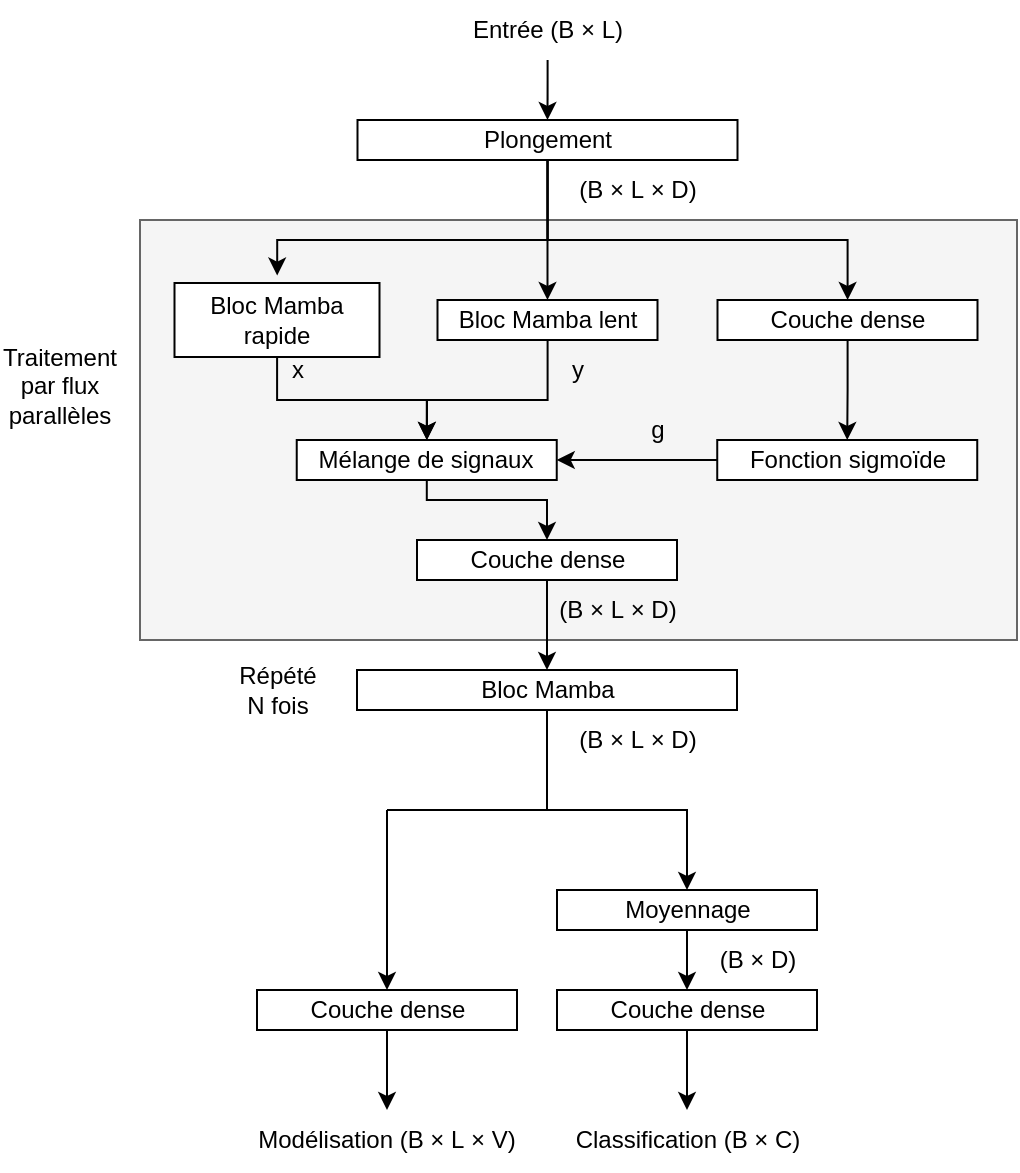
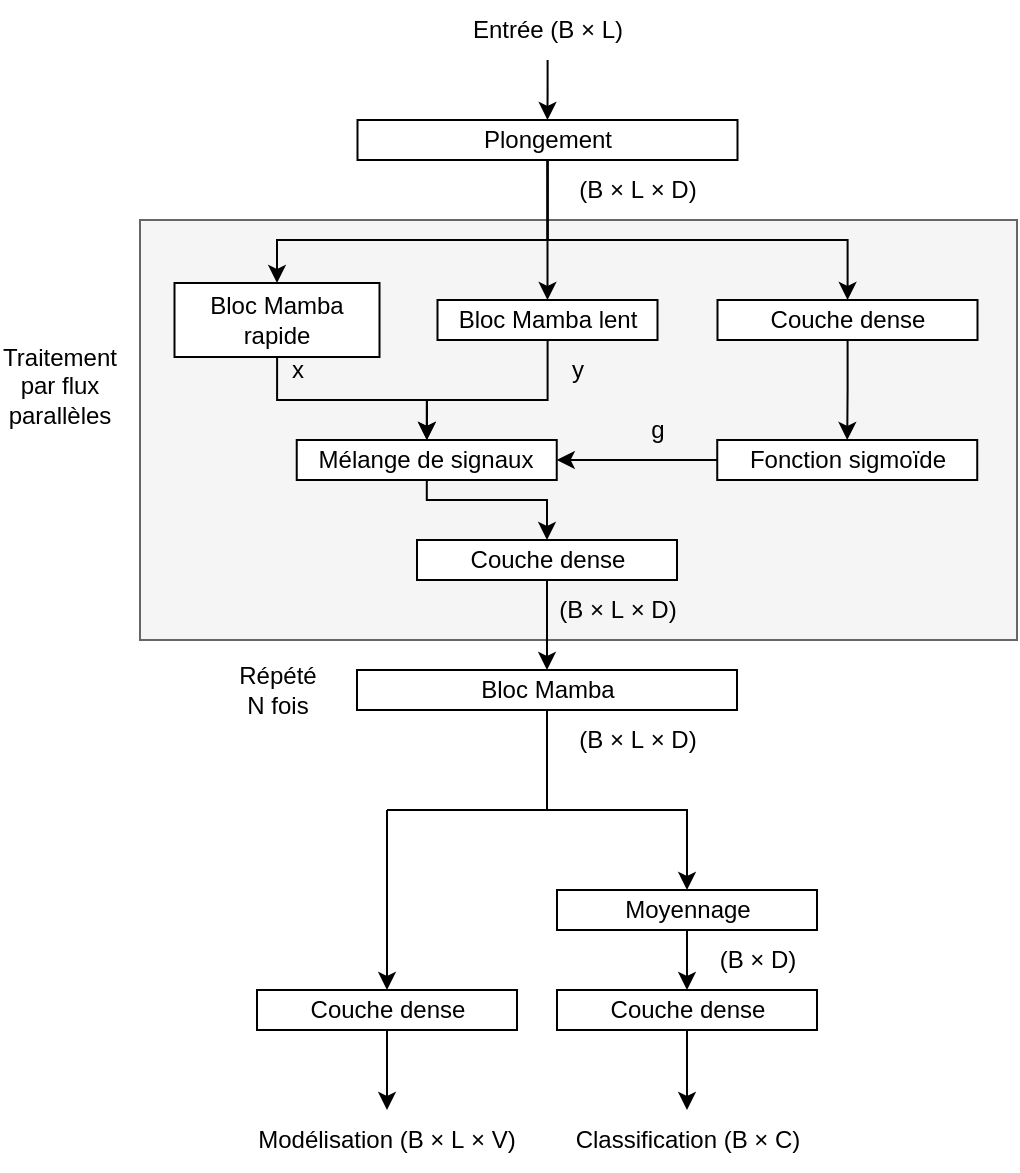
<mxfile host="Electron" agent="Mozilla/5.0 (Windows NT 10.0; Win64; x64; rv:147.0) Gecko/20100101 Firefox/147.0">
  <diagram name="Page-1" id="rNoZaM8JUMbCQ-Q9ZyUs">
    <mxGraphModel dx="1030" dy="626" grid="1" gridSize="10" guides="1" tooltips="1" connect="1" arrows="1" fold="1" page="1" pageScale="1" pageWidth="600" pageHeight="600" math="0" shadow="0">
      <root>
        <mxCell id="0" />
        <mxCell id="1" parent="0" />
        <mxCell id="n1XjDzg_3K_Z_bN2cZZr-111" parent="1" style="rounded=0;whiteSpace=wrap;html=1;fillColor=#f5f5f5;fontColor=#333333;strokeColor=#666666;" value="" vertex="1">
          <mxGeometry height="210" width="438.5" x="90" y="117" as="geometry" />
        </mxCell>
        <mxCell id="n1XjDzg_3K_Z_bN2cZZr-48" edge="1" parent="1" source="n1XjDzg_3K_Z_bN2cZZr-49" style="edgeStyle=orthogonalEdgeStyle;rounded=0;orthogonalLoop=1;jettySize=auto;html=1;entryX=0.5;entryY=0;entryDx=0;entryDy=0;" target="n1XjDzg_3K_Z_bN2cZZr-51">
          <mxGeometry relative="1" as="geometry" />
        </mxCell>
        <mxCell id="n1XjDzg_3K_Z_bN2cZZr-49" parent="1" style="text;html=1;whiteSpace=wrap;strokeColor=none;fillColor=none;align=center;verticalAlign=middle;rounded=0;" value="&lt;div&gt;Entrée (B × L)&lt;/div&gt;" vertex="1">
          <mxGeometry height="30" width="110" x="238.75" y="7.000012207031261" as="geometry" />
        </mxCell>
        <mxCell id="n1XjDzg_3K_Z_bN2cZZr-51" parent="1" style="rounded=0;whiteSpace=wrap;html=1;" value="Plongement" vertex="1">
          <mxGeometry height="20" width="190" x="198.75" y="67.00001220703126" as="geometry" />
        </mxCell>
        <mxCell id="n1XjDzg_3K_Z_bN2cZZr-52" edge="1" parent="1" source="n1XjDzg_3K_Z_bN2cZZr-53" style="edgeStyle=orthogonalEdgeStyle;rounded=0;orthogonalLoop=1;jettySize=auto;html=1;entryX=0.5;entryY=0;entryDx=0;entryDy=0;" target="n1XjDzg_3K_Z_bN2cZZr-84">
          <mxGeometry relative="1" as="geometry">
            <Array as="points">
              <mxPoint x="293.5" y="412" />
              <mxPoint x="363.5" y="412" />
            </Array>
          </mxGeometry>
        </mxCell>
        <mxCell id="n1XjDzg_3K_Z_bN2cZZr-53" parent="1" style="rounded=0;whiteSpace=wrap;html=1;" value="Bloc Mamba" vertex="1">
          <mxGeometry height="20" width="190" x="198.5" y="342.00001220703126" as="geometry" />
        </mxCell>
        <mxCell id="n1XjDzg_3K_Z_bN2cZZr-54" parent="1" style="text;html=1;whiteSpace=wrap;strokeColor=none;fillColor=none;align=center;verticalAlign=middle;rounded=0;" value="(B&amp;nbsp;× L&amp;nbsp;× D)" vertex="1">
          <mxGeometry height="30" width="80" x="298.75" y="87.00001220703126" as="geometry" />
        </mxCell>
        <mxCell id="n1XjDzg_3K_Z_bN2cZZr-55" parent="1" style="text;html=1;whiteSpace=wrap;strokeColor=none;fillColor=none;align=center;verticalAlign=middle;rounded=0;" value="(B&amp;nbsp;× L&amp;nbsp;× D)" vertex="1">
          <mxGeometry height="30" width="80" x="298.5" y="362.00001220703126" as="geometry" />
        </mxCell>
        <mxCell id="n1XjDzg_3K_Z_bN2cZZr-82" parent="1" style="text;html=1;whiteSpace=wrap;strokeColor=none;fillColor=none;align=center;verticalAlign=middle;rounded=0;" value="Classification (B × C)" vertex="1">
          <mxGeometry height="30" width="130" x="298.5" y="562.0000122070312" as="geometry" />
        </mxCell>
        <mxCell id="n1XjDzg_3K_Z_bN2cZZr-83" edge="1" parent="1" source="n1XjDzg_3K_Z_bN2cZZr-84" style="edgeStyle=orthogonalEdgeStyle;rounded=0;orthogonalLoop=1;jettySize=auto;html=1;entryX=0.5;entryY=0;entryDx=0;entryDy=0;" target="n1XjDzg_3K_Z_bN2cZZr-86">
          <mxGeometry relative="1" as="geometry" />
        </mxCell>
        <mxCell id="n1XjDzg_3K_Z_bN2cZZr-84" parent="1" style="rounded=0;whiteSpace=wrap;html=1;" value="&lt;div&gt;Moyennage&lt;/div&gt;" vertex="1">
          <mxGeometry height="20" width="130" x="298.5" y="452.00001220703126" as="geometry" />
        </mxCell>
        <mxCell id="n1XjDzg_3K_Z_bN2cZZr-85" edge="1" parent="1" source="n1XjDzg_3K_Z_bN2cZZr-86" style="edgeStyle=orthogonalEdgeStyle;rounded=0;orthogonalLoop=1;jettySize=auto;html=1;entryX=0.5;entryY=0;entryDx=0;entryDy=0;" target="n1XjDzg_3K_Z_bN2cZZr-82">
          <mxGeometry relative="1" as="geometry" />
        </mxCell>
        <mxCell id="n1XjDzg_3K_Z_bN2cZZr-86" parent="1" style="rounded=0;whiteSpace=wrap;html=1;" value="Couche dense" vertex="1">
          <mxGeometry height="20" width="130" x="298.5" y="502.00001220703126" as="geometry" />
        </mxCell>
        <mxCell id="n1XjDzg_3K_Z_bN2cZZr-87" parent="1" style="text;html=1;whiteSpace=wrap;strokeColor=none;fillColor=none;align=center;verticalAlign=middle;rounded=0;" value="(B&amp;nbsp;× D)" vertex="1">
          <mxGeometry height="30" width="80" x="358.5" y="472.00001220703126" as="geometry" />
        </mxCell>
        <mxCell id="n1XjDzg_3K_Z_bN2cZZr-88" edge="1" parent="1" source="n1XjDzg_3K_Z_bN2cZZr-89" style="edgeStyle=orthogonalEdgeStyle;rounded=0;orthogonalLoop=1;jettySize=auto;html=1;entryX=0.5;entryY=0;entryDx=0;entryDy=0;" target="n1XjDzg_3K_Z_bN2cZZr-91">
          <mxGeometry relative="1" as="geometry" />
        </mxCell>
        <mxCell id="n1XjDzg_3K_Z_bN2cZZr-89" parent="1" style="rounded=0;whiteSpace=wrap;html=1;" value="Couche dense" vertex="1">
          <mxGeometry height="20" width="130" x="148.5" y="502.00001220703126" as="geometry" />
        </mxCell>
        <mxCell id="n1XjDzg_3K_Z_bN2cZZr-90" edge="1" parent="1" style="endArrow=classic;html=1;rounded=0;entryX=0.5;entryY=0;entryDx=0;entryDy=0;" target="n1XjDzg_3K_Z_bN2cZZr-89" value="">
          <mxGeometry height="50" relative="1" width="50" as="geometry">
            <mxPoint x="213.5" y="412" as="sourcePoint" />
            <mxPoint x="218.5" y="492.00001220703126" as="targetPoint" />
          </mxGeometry>
        </mxCell>
        <mxCell id="n1XjDzg_3K_Z_bN2cZZr-91" parent="1" style="text;html=1;whiteSpace=wrap;strokeColor=none;fillColor=none;align=center;verticalAlign=middle;rounded=0;" value="Modélisation (B × L&amp;nbsp;× V)" vertex="1">
          <mxGeometry height="30" width="138.5" x="144.25" y="562" as="geometry" />
        </mxCell>
        <mxCell id="n1XjDzg_3K_Z_bN2cZZr-92" edge="1" parent="1" style="endArrow=none;html=1;rounded=0;" value="">
          <mxGeometry height="50" relative="1" width="50" as="geometry">
            <mxPoint x="213.5" y="412.00001220703126" as="sourcePoint" />
            <mxPoint x="298.5" y="412.00001220703126" as="targetPoint" />
          </mxGeometry>
        </mxCell>
        <mxCell id="n1XjDzg_3K_Z_bN2cZZr-93" parent="1" style="text;html=1;whiteSpace=wrap;strokeColor=none;fillColor=none;align=center;verticalAlign=middle;rounded=0;" value="Répété N&amp;nbsp;fois" vertex="1">
          <mxGeometry height="30" width="60" x="128.5" y="337.00001220703126" as="geometry" />
        </mxCell>
        <mxCell id="n1XjDzg_3K_Z_bN2cZZr-109" edge="1" parent="1" source="n1XjDzg_3K_Z_bN2cZZr-94" style="edgeStyle=orthogonalEdgeStyle;rounded=0;orthogonalLoop=1;jettySize=auto;html=1;entryX=0.5;entryY=0;entryDx=0;entryDy=0;" target="n1XjDzg_3K_Z_bN2cZZr-105">
          <mxGeometry relative="1" as="geometry">
            <Array as="points">
              <mxPoint x="158.5" y="207" />
              <mxPoint x="233.5" y="207" />
            </Array>
          </mxGeometry>
        </mxCell>
        <mxCell id="n1XjDzg_3K_Z_bN2cZZr-94" parent="1" style="rounded=0;whiteSpace=wrap;html=1;" value="Bloc Mamba rapide" vertex="1">
          <mxGeometry height="37" width="102.5" x="107.25" y="148.5" as="geometry" />
        </mxCell>
        <mxCell id="n1XjDzg_3K_Z_bN2cZZr-97" edge="1" parent="1" source="n1XjDzg_3K_Z_bN2cZZr-95" style="edgeStyle=orthogonalEdgeStyle;rounded=0;orthogonalLoop=1;jettySize=auto;html=1;entryX=0.5;entryY=1;entryDx=0;entryDy=0;startArrow=classic;startFill=1;endArrow=none;endFill=0;" target="n1XjDzg_3K_Z_bN2cZZr-51">
          <mxGeometry relative="1" as="geometry" />
        </mxCell>
        <mxCell id="n1XjDzg_3K_Z_bN2cZZr-107" edge="1" parent="1" source="n1XjDzg_3K_Z_bN2cZZr-95" style="edgeStyle=orthogonalEdgeStyle;rounded=0;orthogonalLoop=1;jettySize=auto;html=1;" target="n1XjDzg_3K_Z_bN2cZZr-105" value="">
          <mxGeometry relative="1" as="geometry">
            <Array as="points">
              <mxPoint x="293.5" y="207" />
              <mxPoint x="233.5" y="207" />
            </Array>
          </mxGeometry>
        </mxCell>
        <mxCell id="n1XjDzg_3K_Z_bN2cZZr-95" parent="1" style="rounded=0;whiteSpace=wrap;html=1;" value="Bloc Mamba lent" vertex="1">
          <mxGeometry height="20" width="110" x="238.75" y="157" as="geometry" />
        </mxCell>
-         <mxCell id="n1XjDzg_3K_Z_bN2cZZr-96" edge="1" parent="1" source="n1XjDzg_3K_Z_bN2cZZr-51" style="edgeStyle=orthogonalEdgeStyle;rounded=0;orthogonalLoop=1;jettySize=auto;html=1;entryX=0.501;entryY=-0.1;entryDx=0;entryDy=0;entryPerimeter=0;" target="n1XjDzg_3K_Z_bN2cZZr-94">
+         <mxCell id="n1XjDzg_3K_Z_bN2cZZr-96" edge="1" parent="1" source="n1XjDzg_3K_Z_bN2cZZr-51" style="edgeStyle=orthogonalEdgeStyle;rounded=0;orthogonalLoop=1;jettySize=auto;html=1;entryX=0.5;entryY=0;entryDx=0;entryDy=0;" target="n1XjDzg_3K_Z_bN2cZZr-94">
          <mxGeometry relative="1" as="geometry">
            <Array as="points">
-               <mxPoint x="293.5" y="127" />
-               <mxPoint x="158.5" y="127" />
+               <mxPoint x="294" y="127" />
+               <mxPoint x="159" y="127" />
            </Array>
          </mxGeometry>
        </mxCell>
        <mxCell id="n1XjDzg_3K_Z_bN2cZZr-101" edge="1" parent="1" source="n1XjDzg_3K_Z_bN2cZZr-99" style="edgeStyle=orthogonalEdgeStyle;rounded=0;orthogonalLoop=1;jettySize=auto;html=1;entryX=0.5;entryY=1;entryDx=0;entryDy=0;startArrow=classic;startFill=1;endArrow=none;endFill=0;" target="n1XjDzg_3K_Z_bN2cZZr-51">
          <mxGeometry relative="1" as="geometry">
            <Array as="points">
              <mxPoint x="443.5" y="127" />
              <mxPoint x="293.5" y="127" />
            </Array>
          </mxGeometry>
        </mxCell>
        <mxCell id="n1XjDzg_3K_Z_bN2cZZr-102" edge="1" parent="1" source="n1XjDzg_3K_Z_bN2cZZr-99" style="edgeStyle=orthogonalEdgeStyle;rounded=0;orthogonalLoop=1;jettySize=auto;html=1;entryX=0.5;entryY=0;entryDx=0;entryDy=0;" target="n1XjDzg_3K_Z_bN2cZZr-100">
          <mxGeometry relative="1" as="geometry" />
        </mxCell>
        <mxCell id="n1XjDzg_3K_Z_bN2cZZr-99" parent="1" style="rounded=0;whiteSpace=wrap;html=1;" value="Couche dense" vertex="1">
          <mxGeometry height="20" width="130" x="378.75" y="157" as="geometry" />
        </mxCell>
        <mxCell id="n1XjDzg_3K_Z_bN2cZZr-106" edge="1" parent="1" source="n1XjDzg_3K_Z_bN2cZZr-100" style="edgeStyle=orthogonalEdgeStyle;rounded=0;orthogonalLoop=1;jettySize=auto;html=1;entryX=1;entryY=0.5;entryDx=0;entryDy=0;" target="n1XjDzg_3K_Z_bN2cZZr-105">
          <mxGeometry relative="1" as="geometry" />
        </mxCell>
        <mxCell id="n1XjDzg_3K_Z_bN2cZZr-100" parent="1" style="rounded=0;whiteSpace=wrap;html=1;" value="Fonction sigmoïde" vertex="1">
          <mxGeometry height="20" width="130" x="378.62" y="227" as="geometry" />
        </mxCell>
        <mxCell id="n1XjDzg_3K_Z_bN2cZZr-104" edge="1" parent="1" source="n1XjDzg_3K_Z_bN2cZZr-103" style="edgeStyle=orthogonalEdgeStyle;rounded=0;orthogonalLoop=1;jettySize=auto;html=1;" target="n1XjDzg_3K_Z_bN2cZZr-53">
          <mxGeometry relative="1" as="geometry" />
        </mxCell>
        <mxCell id="n1XjDzg_3K_Z_bN2cZZr-103" parent="1" style="rounded=0;whiteSpace=wrap;html=1;" value="Couche dense" vertex="1">
          <mxGeometry height="20" width="130" x="228.5" y="277" as="geometry" />
        </mxCell>
        <mxCell id="n1XjDzg_3K_Z_bN2cZZr-110" edge="1" parent="1" source="n1XjDzg_3K_Z_bN2cZZr-105" style="edgeStyle=orthogonalEdgeStyle;rounded=0;orthogonalLoop=1;jettySize=auto;html=1;entryX=0.5;entryY=0;entryDx=0;entryDy=0;" target="n1XjDzg_3K_Z_bN2cZZr-103">
          <mxGeometry relative="1" as="geometry">
            <Array as="points">
              <mxPoint x="233.5" y="257" />
              <mxPoint x="293.5" y="257" />
            </Array>
          </mxGeometry>
        </mxCell>
        <mxCell id="n1XjDzg_3K_Z_bN2cZZr-105" parent="1" style="rounded=0;whiteSpace=wrap;html=1;" value="Mélange de signaux" vertex="1">
          <mxGeometry height="20" width="130" x="168.37" y="227" as="geometry" />
        </mxCell>
        <mxCell id="n1XjDzg_3K_Z_bN2cZZr-112" parent="1" style="text;html=1;whiteSpace=wrap;strokeColor=none;fillColor=none;align=center;verticalAlign=middle;rounded=0;" value="g" vertex="1">
          <mxGeometry height="30" width="60" x="318.75" y="207" as="geometry" />
        </mxCell>
        <mxCell id="n1XjDzg_3K_Z_bN2cZZr-113" parent="1" style="text;html=1;whiteSpace=wrap;strokeColor=none;fillColor=none;align=center;verticalAlign=middle;rounded=0;" value="x" vertex="1">
          <mxGeometry height="30" width="60" x="138.5" y="177" as="geometry" />
        </mxCell>
        <mxCell id="n1XjDzg_3K_Z_bN2cZZr-114" parent="1" style="text;html=1;whiteSpace=wrap;strokeColor=none;fillColor=none;align=center;verticalAlign=middle;rounded=0;" value="y" vertex="1">
          <mxGeometry height="30" width="60" x="279.25" y="177" as="geometry" />
        </mxCell>
        <mxCell id="n1XjDzg_3K_Z_bN2cZZr-115" parent="1" style="text;html=1;whiteSpace=wrap;strokeColor=none;fillColor=none;align=center;verticalAlign=middle;rounded=0;" value="(B&amp;nbsp;× L&amp;nbsp;× D)" vertex="1">
          <mxGeometry height="30" width="80" x="288.5" y="297" as="geometry" />
        </mxCell>
        <mxCell id="n1XjDzg_3K_Z_bN2cZZr-116" parent="1" style="text;html=1;whiteSpace=wrap;strokeColor=none;fillColor=none;align=center;verticalAlign=middle;rounded=0;" value="Traitement par flux parallèles" vertex="1">
          <mxGeometry height="80" width="60" x="20" y="160" as="geometry" />
        </mxCell>
      </root>
    </mxGraphModel>
  </diagram>
</mxfile>
